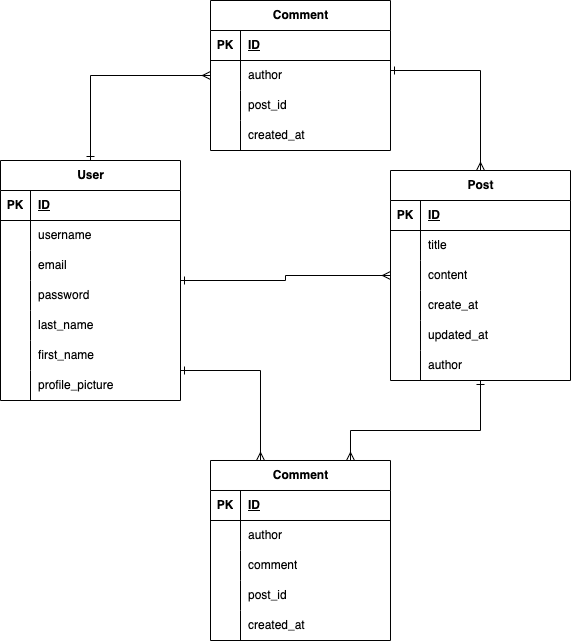
Above: screenshoot/blog-app-ERD.png in exceldeo/blog-app (draw.io), before the change. Source tidied: cells renumbered, new cells last; positions are measured from the earlier drawing's top-left corner, leaving out a move shared by most shapes. The source it was exported from:
```xml
<mxGraphModel>
  <root>
    <mxCell id="0" />
    <mxCell id="1" parent="0" />
    <mxCell id="2" style="edgeStyle=orthogonalEdgeStyle;rounded=0;jettySize=auto;html=1;endArrow=ERmany;endFill=0;startArrow=ERone;startFill=0;" parent="1" edge="1" source="5" target="27">
      <mxGeometry relative="1" as="geometry" />
    </mxCell>
    <mxCell id="3" style="edgeStyle=orthogonalEdgeStyle;rounded=0;jettySize=auto;html=1;endArrow=ERmany;endFill=0;startArrow=ERone;startFill=0;" parent="1" edge="1" source="5" target="64">
      <mxGeometry relative="1" as="geometry">
        <Array as="points">
          <mxPoint x="90" y="75" />
        </Array>
      </mxGeometry>
    </mxCell>
    <mxCell id="4" style="edgeStyle=orthogonalEdgeStyle;rounded=0;jettySize=auto;html=1;endArrow=ERmany;endFill=0;startArrow=ERone;startFill=0;" parent="1" edge="1" source="5" target="47">
      <mxGeometry relative="1" as="geometry">
        <Array as="points">
          <mxPoint x="260" y="370" />
        </Array>
      </mxGeometry>
    </mxCell>
    <mxCell id="5" value="User" style="shape=table;startSize=30;rowLines=0;fontStyle=1;align=center;html=1;" parent="1" vertex="1">
      <mxGeometry y="160" width="180" height="240" as="geometry" />
    </mxCell>
    <mxCell id="6" style="shape=tableRow;horizontal=0;startSize=0;swimlaneHead=0;swimlaneBody=0;fillColor=none;top=0;left=0;right=0;bottom=1;" parent="5" vertex="1">
      <mxGeometry y="30" width="180" height="30" as="geometry" />
    </mxCell>
    <mxCell id="7" value="PK" style="shape=partialRectangle;fillColor=none;top=0;left=0;bottom=0;right=0;fontStyle=1;overflow=hidden;whiteSpace=wrap;html=1;" parent="6" vertex="1">
      <mxGeometry width="30" height="30" as="geometry" />
    </mxCell>
    <mxCell id="8" value="ID" style="shape=partialRectangle;fillColor=none;top=0;left=0;bottom=0;right=0;align=left;spacingLeft=6;fontStyle=5;overflow=hidden;whiteSpace=wrap;html=1;" parent="6" vertex="1">
      <mxGeometry x="30" width="150" height="30" as="geometry" />
    </mxCell>
    <mxCell id="9" style="shape=tableRow;horizontal=0;startSize=0;swimlaneHead=0;swimlaneBody=0;fillColor=none;top=0;left=0;right=0;bottom=0;" parent="5" vertex="1">
      <mxGeometry y="60" width="180" height="30" as="geometry" />
    </mxCell>
    <mxCell id="10" style="shape=partialRectangle;fillColor=none;top=0;left=0;bottom=0;right=0;overflow=hidden;whiteSpace=wrap;html=1;" parent="9" vertex="1">
      <mxGeometry width="30" height="30" as="geometry" />
    </mxCell>
    <mxCell id="11" value="username" style="shape=partialRectangle;fillColor=none;top=0;left=0;bottom=0;right=0;align=left;spacingLeft=6;overflow=hidden;whiteSpace=wrap;html=1;" parent="9" vertex="1">
      <mxGeometry x="30" width="150" height="30" as="geometry" />
    </mxCell>
    <mxCell id="12" style="shape=tableRow;horizontal=0;startSize=0;swimlaneHead=0;swimlaneBody=0;fillColor=none;top=0;left=0;right=0;bottom=0;" parent="5" vertex="1">
      <mxGeometry y="90" width="180" height="30" as="geometry" />
    </mxCell>
    <mxCell id="13" style="shape=partialRectangle;fillColor=none;top=0;left=0;bottom=0;right=0;overflow=hidden;whiteSpace=wrap;html=1;" parent="12" vertex="1">
      <mxGeometry width="30" height="30" as="geometry" />
    </mxCell>
    <mxCell id="14" value="email" style="shape=partialRectangle;fillColor=none;top=0;left=0;bottom=0;right=0;align=left;spacingLeft=6;overflow=hidden;whiteSpace=wrap;html=1;" parent="12" vertex="1">
      <mxGeometry x="30" width="150" height="30" as="geometry" />
    </mxCell>
    <mxCell id="15" style="shape=tableRow;horizontal=0;startSize=0;swimlaneHead=0;swimlaneBody=0;fillColor=none;top=0;left=0;right=0;bottom=0;" parent="5" vertex="1">
      <mxGeometry y="120" width="180" height="30" as="geometry" />
    </mxCell>
    <mxCell id="16" style="shape=partialRectangle;fillColor=none;top=0;left=0;bottom=0;right=0;overflow=hidden;whiteSpace=wrap;html=1;" parent="15" vertex="1">
      <mxGeometry width="30" height="30" as="geometry" />
    </mxCell>
    <mxCell id="17" value="password" style="shape=partialRectangle;fillColor=none;top=0;left=0;bottom=0;right=0;align=left;spacingLeft=6;overflow=hidden;whiteSpace=wrap;html=1;" parent="15" vertex="1">
      <mxGeometry x="30" width="150" height="30" as="geometry" />
    </mxCell>
    <mxCell id="18" style="shape=tableRow;horizontal=0;startSize=0;swimlaneHead=0;swimlaneBody=0;fillColor=none;top=0;left=0;right=0;bottom=0;" parent="5" vertex="1">
      <mxGeometry y="150" width="180" height="30" as="geometry" />
    </mxCell>
    <mxCell id="19" style="shape=partialRectangle;fillColor=none;top=0;left=0;bottom=0;right=0;overflow=hidden;whiteSpace=wrap;html=1;" parent="18" vertex="1">
      <mxGeometry width="30" height="30" as="geometry" />
    </mxCell>
    <mxCell id="20" value="last_name" style="shape=partialRectangle;fillColor=none;top=0;left=0;bottom=0;right=0;align=left;spacingLeft=6;overflow=hidden;whiteSpace=wrap;html=1;" parent="18" vertex="1">
      <mxGeometry x="30" width="150" height="30" as="geometry" />
    </mxCell>
    <mxCell id="21" style="shape=tableRow;horizontal=0;startSize=0;swimlaneHead=0;swimlaneBody=0;fillColor=none;top=0;left=0;right=0;bottom=0;" parent="5" vertex="1">
      <mxGeometry y="180" width="180" height="30" as="geometry" />
    </mxCell>
    <mxCell id="22" style="shape=partialRectangle;fillColor=none;top=0;left=0;bottom=0;right=0;overflow=hidden;whiteSpace=wrap;html=1;" parent="21" vertex="1">
      <mxGeometry width="30" height="30" as="geometry" />
    </mxCell>
    <mxCell id="23" value="first_name" style="shape=partialRectangle;fillColor=none;top=0;left=0;bottom=0;right=0;align=left;spacingLeft=6;overflow=hidden;whiteSpace=wrap;html=1;" parent="21" vertex="1">
      <mxGeometry x="30" width="150" height="30" as="geometry" />
    </mxCell>
    <mxCell id="24" style="shape=tableRow;horizontal=0;startSize=0;swimlaneHead=0;swimlaneBody=0;fillColor=none;top=0;left=0;right=0;bottom=0;" parent="5" vertex="1">
      <mxGeometry y="210" width="180" height="30" as="geometry" />
    </mxCell>
    <mxCell id="25" style="shape=partialRectangle;fillColor=none;top=0;left=0;bottom=0;right=0;overflow=hidden;whiteSpace=wrap;html=1;" parent="24" vertex="1">
      <mxGeometry width="30" height="30" as="geometry" />
    </mxCell>
    <mxCell id="26" value="profile_picture" style="shape=partialRectangle;fillColor=none;top=0;left=0;bottom=0;right=0;align=left;spacingLeft=6;overflow=hidden;whiteSpace=wrap;html=1;" parent="24" vertex="1">
      <mxGeometry x="30" width="150" height="30" as="geometry" />
    </mxCell>
    <mxCell id="27" value="Post" style="shape=table;startSize=30;rowLines=0;fontStyle=1;align=center;html=1;" parent="1" vertex="1">
      <mxGeometry x="390" y="170" width="180" height="210" as="geometry" />
    </mxCell>
    <mxCell id="28" style="shape=tableRow;horizontal=0;startSize=0;swimlaneHead=0;swimlaneBody=0;fillColor=none;top=0;left=0;right=0;bottom=1;" parent="27" vertex="1">
      <mxGeometry y="30" width="180" height="30" as="geometry" />
    </mxCell>
    <mxCell id="29" value="PK" style="shape=partialRectangle;fillColor=none;top=0;left=0;bottom=0;right=0;fontStyle=1;overflow=hidden;whiteSpace=wrap;html=1;" parent="28" vertex="1">
      <mxGeometry width="30" height="30" as="geometry" />
    </mxCell>
    <mxCell id="30" value="ID" style="shape=partialRectangle;fillColor=none;top=0;left=0;bottom=0;right=0;align=left;spacingLeft=6;fontStyle=5;overflow=hidden;whiteSpace=wrap;html=1;" parent="28" vertex="1">
      <mxGeometry x="30" width="150" height="30" as="geometry" />
    </mxCell>
    <mxCell id="31" style="shape=tableRow;horizontal=0;startSize=0;swimlaneHead=0;swimlaneBody=0;fillColor=none;top=0;left=0;right=0;bottom=0;" parent="27" vertex="1">
      <mxGeometry y="60" width="180" height="30" as="geometry" />
    </mxCell>
    <mxCell id="32" style="shape=partialRectangle;fillColor=none;top=0;left=0;bottom=0;right=0;overflow=hidden;whiteSpace=wrap;html=1;" parent="31" vertex="1">
      <mxGeometry width="30" height="30" as="geometry" />
    </mxCell>
    <mxCell id="33" value="title" style="shape=partialRectangle;fillColor=none;top=0;left=0;bottom=0;right=0;align=left;spacingLeft=6;overflow=hidden;whiteSpace=wrap;html=1;" parent="31" vertex="1">
      <mxGeometry x="30" width="150" height="30" as="geometry" />
    </mxCell>
    <mxCell id="34" style="shape=tableRow;horizontal=0;startSize=0;swimlaneHead=0;swimlaneBody=0;fillColor=none;top=0;left=0;right=0;bottom=0;" parent="27" vertex="1">
      <mxGeometry y="90" width="180" height="30" as="geometry" />
    </mxCell>
    <mxCell id="35" style="shape=partialRectangle;fillColor=none;top=0;left=0;bottom=0;right=0;overflow=hidden;whiteSpace=wrap;html=1;" parent="34" vertex="1">
      <mxGeometry width="30" height="30" as="geometry" />
    </mxCell>
    <mxCell id="36" value="content" style="shape=partialRectangle;fillColor=none;top=0;left=0;bottom=0;right=0;align=left;spacingLeft=6;overflow=hidden;whiteSpace=wrap;html=1;" parent="34" vertex="1">
      <mxGeometry x="30" width="150" height="30" as="geometry" />
    </mxCell>
    <mxCell id="37" style="shape=tableRow;horizontal=0;startSize=0;swimlaneHead=0;swimlaneBody=0;fillColor=none;top=0;left=0;right=0;bottom=0;" parent="27" vertex="1">
      <mxGeometry y="120" width="180" height="30" as="geometry" />
    </mxCell>
    <mxCell id="38" style="shape=partialRectangle;fillColor=none;top=0;left=0;bottom=0;right=0;overflow=hidden;whiteSpace=wrap;html=1;" parent="37" vertex="1">
      <mxGeometry width="30" height="30" as="geometry" />
    </mxCell>
    <mxCell id="39" value="create_at" style="shape=partialRectangle;fillColor=none;top=0;left=0;bottom=0;right=0;align=left;spacingLeft=6;overflow=hidden;whiteSpace=wrap;html=1;" parent="37" vertex="1">
      <mxGeometry x="30" width="150" height="30" as="geometry" />
    </mxCell>
    <mxCell id="40" style="shape=tableRow;horizontal=0;startSize=0;swimlaneHead=0;swimlaneBody=0;fillColor=none;top=0;left=0;right=0;bottom=0;" parent="27" vertex="1">
      <mxGeometry y="150" width="180" height="30" as="geometry" />
    </mxCell>
    <mxCell id="41" style="shape=partialRectangle;fillColor=none;top=0;left=0;bottom=0;right=0;overflow=hidden;whiteSpace=wrap;html=1;" parent="40" vertex="1">
      <mxGeometry width="30" height="30" as="geometry" />
    </mxCell>
    <mxCell id="42" value="updated_at" style="shape=partialRectangle;fillColor=none;top=0;left=0;bottom=0;right=0;align=left;spacingLeft=6;overflow=hidden;whiteSpace=wrap;html=1;" parent="40" vertex="1">
      <mxGeometry x="30" width="150" height="30" as="geometry" />
    </mxCell>
    <mxCell id="43" style="shape=tableRow;horizontal=0;startSize=0;swimlaneHead=0;swimlaneBody=0;fillColor=none;top=0;left=0;right=0;bottom=0;" parent="27" vertex="1">
      <mxGeometry y="180" width="180" height="30" as="geometry" />
    </mxCell>
    <mxCell id="44" style="shape=partialRectangle;fillColor=none;top=0;left=0;bottom=0;right=0;overflow=hidden;whiteSpace=wrap;html=1;" parent="43" vertex="1">
      <mxGeometry width="30" height="30" as="geometry" />
    </mxCell>
    <mxCell id="45" value="author" style="shape=partialRectangle;fillColor=none;top=0;left=0;bottom=0;right=0;align=left;spacingLeft=6;overflow=hidden;whiteSpace=wrap;html=1;" parent="43" vertex="1">
      <mxGeometry x="30" width="150" height="30" as="geometry" />
    </mxCell>
    <mxCell id="46" style="edgeStyle=orthogonalEdgeStyle;rounded=0;jettySize=auto;html=1;startArrow=ERmany;startFill=0;endArrow=ERone;endFill=0;" parent="1" edge="1" source="47" target="27">
      <mxGeometry relative="1" as="geometry">
        <Array as="points">
          <mxPoint x="350" y="430" />
          <mxPoint x="480" y="430" />
        </Array>
      </mxGeometry>
    </mxCell>
    <mxCell id="47" value="Comment" style="shape=table;startSize=30;rowLines=0;fontStyle=1;align=center;html=1;" parent="1" vertex="1">
      <mxGeometry x="210" y="460" width="180" height="180" as="geometry" />
    </mxCell>
    <mxCell id="48" style="shape=tableRow;horizontal=0;startSize=0;swimlaneHead=0;swimlaneBody=0;fillColor=none;top=0;left=0;right=0;bottom=1;" parent="47" vertex="1">
      <mxGeometry y="30" width="180" height="30" as="geometry" />
    </mxCell>
    <mxCell id="49" value="PK" style="shape=partialRectangle;fillColor=none;top=0;left=0;bottom=0;right=0;fontStyle=1;overflow=hidden;whiteSpace=wrap;html=1;" parent="48" vertex="1">
      <mxGeometry width="30" height="30" as="geometry" />
    </mxCell>
    <mxCell id="50" value="ID" style="shape=partialRectangle;fillColor=none;top=0;left=0;bottom=0;right=0;align=left;spacingLeft=6;fontStyle=5;overflow=hidden;whiteSpace=wrap;html=1;" parent="48" vertex="1">
      <mxGeometry x="30" width="150" height="30" as="geometry" />
    </mxCell>
    <mxCell id="51" style="shape=tableRow;horizontal=0;startSize=0;swimlaneHead=0;swimlaneBody=0;fillColor=none;top=0;left=0;right=0;bottom=0;" parent="47" vertex="1">
      <mxGeometry y="60" width="180" height="30" as="geometry" />
    </mxCell>
    <mxCell id="52" style="shape=partialRectangle;fillColor=none;top=0;left=0;bottom=0;right=0;overflow=hidden;whiteSpace=wrap;html=1;" parent="51" vertex="1">
      <mxGeometry width="30" height="30" as="geometry" />
    </mxCell>
    <mxCell id="53" value="author" style="shape=partialRectangle;fillColor=none;top=0;left=0;bottom=0;right=0;align=left;spacingLeft=6;overflow=hidden;whiteSpace=wrap;html=1;" parent="51" vertex="1">
      <mxGeometry x="30" width="150" height="30" as="geometry" />
    </mxCell>
    <mxCell id="54" style="shape=tableRow;horizontal=0;startSize=0;swimlaneHead=0;swimlaneBody=0;fillColor=none;top=0;left=0;right=0;bottom=0;" parent="47" vertex="1">
      <mxGeometry y="90" width="180" height="30" as="geometry" />
    </mxCell>
    <mxCell id="55" style="shape=partialRectangle;fillColor=none;top=0;left=0;bottom=0;right=0;overflow=hidden;whiteSpace=wrap;html=1;" parent="54" vertex="1">
      <mxGeometry width="30" height="30" as="geometry" />
    </mxCell>
    <mxCell id="56" value="comment" style="shape=partialRectangle;fillColor=none;top=0;left=0;bottom=0;right=0;align=left;spacingLeft=6;overflow=hidden;whiteSpace=wrap;html=1;" parent="54" vertex="1">
      <mxGeometry x="30" width="150" height="30" as="geometry" />
    </mxCell>
    <mxCell id="57" style="shape=tableRow;horizontal=0;startSize=0;swimlaneHead=0;swimlaneBody=0;fillColor=none;top=0;left=0;right=0;bottom=0;" parent="47" vertex="1">
      <mxGeometry y="120" width="180" height="30" as="geometry" />
    </mxCell>
    <mxCell id="58" style="shape=partialRectangle;fillColor=none;top=0;left=0;bottom=0;right=0;overflow=hidden;whiteSpace=wrap;html=1;" parent="57" vertex="1">
      <mxGeometry width="30" height="30" as="geometry" />
    </mxCell>
    <mxCell id="59" value="post_id" style="shape=partialRectangle;fillColor=none;top=0;left=0;bottom=0;right=0;align=left;spacingLeft=6;overflow=hidden;whiteSpace=wrap;html=1;" parent="57" vertex="1">
      <mxGeometry x="30" width="150" height="30" as="geometry" />
    </mxCell>
    <mxCell id="60" style="shape=tableRow;horizontal=0;startSize=0;swimlaneHead=0;swimlaneBody=0;fillColor=none;top=0;left=0;right=0;bottom=0;" parent="47" vertex="1">
      <mxGeometry y="150" width="180" height="30" as="geometry" />
    </mxCell>
    <mxCell id="61" style="shape=partialRectangle;fillColor=none;top=0;left=0;bottom=0;right=0;overflow=hidden;whiteSpace=wrap;html=1;" parent="60" vertex="1">
      <mxGeometry width="30" height="30" as="geometry" />
    </mxCell>
    <mxCell id="62" value="created_at" style="shape=partialRectangle;fillColor=none;top=0;left=0;bottom=0;right=0;align=left;spacingLeft=6;overflow=hidden;whiteSpace=wrap;html=1;" parent="60" vertex="1">
      <mxGeometry x="30" width="150" height="30" as="geometry" />
    </mxCell>
    <mxCell id="63" style="edgeStyle=orthogonalEdgeStyle;rounded=0;jettySize=auto;html=1;endArrow=ERmany;endFill=0;startArrow=ERone;startFill=0;" parent="1" edge="1" source="64" target="27">
      <mxGeometry relative="1" as="geometry">
        <Array as="points">
          <mxPoint x="480" y="70" />
        </Array>
      </mxGeometry>
    </mxCell>
    <mxCell id="64" value="Comment" style="shape=table;startSize=30;rowLines=0;fontStyle=1;align=center;html=1;" parent="1" vertex="1">
      <mxGeometry x="210" width="180" height="150" as="geometry" />
    </mxCell>
    <mxCell id="65" style="shape=tableRow;horizontal=0;startSize=0;swimlaneHead=0;swimlaneBody=0;fillColor=none;top=0;left=0;right=0;bottom=1;" parent="64" vertex="1">
      <mxGeometry y="30" width="180" height="30" as="geometry" />
    </mxCell>
    <mxCell id="66" value="PK" style="shape=partialRectangle;fillColor=none;top=0;left=0;bottom=0;right=0;fontStyle=1;overflow=hidden;whiteSpace=wrap;html=1;" parent="65" vertex="1">
      <mxGeometry width="30" height="30" as="geometry" />
    </mxCell>
    <mxCell id="67" value="ID" style="shape=partialRectangle;fillColor=none;top=0;left=0;bottom=0;right=0;align=left;spacingLeft=6;fontStyle=5;overflow=hidden;whiteSpace=wrap;html=1;" parent="65" vertex="1">
      <mxGeometry x="30" width="150" height="30" as="geometry" />
    </mxCell>
    <mxCell id="68" style="shape=tableRow;horizontal=0;startSize=0;swimlaneHead=0;swimlaneBody=0;fillColor=none;top=0;left=0;right=0;bottom=0;" parent="64" vertex="1">
      <mxGeometry y="60" width="180" height="30" as="geometry" />
    </mxCell>
    <mxCell id="69" style="shape=partialRectangle;fillColor=none;top=0;left=0;bottom=0;right=0;overflow=hidden;whiteSpace=wrap;html=1;" parent="68" vertex="1">
      <mxGeometry width="30" height="30" as="geometry" />
    </mxCell>
    <mxCell id="70" value="author" style="shape=partialRectangle;fillColor=none;top=0;left=0;bottom=0;right=0;align=left;spacingLeft=6;overflow=hidden;whiteSpace=wrap;html=1;" parent="68" vertex="1">
      <mxGeometry x="30" width="150" height="30" as="geometry" />
    </mxCell>
    <mxCell id="71" style="shape=tableRow;horizontal=0;startSize=0;swimlaneHead=0;swimlaneBody=0;fillColor=none;top=0;left=0;right=0;bottom=0;" parent="64" vertex="1">
      <mxGeometry y="90" width="180" height="30" as="geometry" />
    </mxCell>
    <mxCell id="72" style="shape=partialRectangle;fillColor=none;top=0;left=0;bottom=0;right=0;overflow=hidden;whiteSpace=wrap;html=1;" parent="71" vertex="1">
      <mxGeometry width="30" height="30" as="geometry" />
    </mxCell>
    <mxCell id="73" value="post_id" style="shape=partialRectangle;fillColor=none;top=0;left=0;bottom=0;right=0;align=left;spacingLeft=6;overflow=hidden;whiteSpace=wrap;html=1;" parent="71" vertex="1">
      <mxGeometry x="30" width="150" height="30" as="geometry" />
    </mxCell>
    <mxCell id="74" style="shape=tableRow;horizontal=0;startSize=0;swimlaneHead=0;swimlaneBody=0;fillColor=none;top=0;left=0;right=0;bottom=0;" parent="64" vertex="1">
      <mxGeometry y="120" width="180" height="30" as="geometry" />
    </mxCell>
    <mxCell id="75" style="shape=partialRectangle;fillColor=none;top=0;left=0;bottom=0;right=0;overflow=hidden;whiteSpace=wrap;html=1;" parent="74" vertex="1">
      <mxGeometry width="30" height="30" as="geometry" />
    </mxCell>
    <mxCell id="76" value="created_at" style="shape=partialRectangle;fillColor=none;top=0;left=0;bottom=0;right=0;align=left;spacingLeft=6;overflow=hidden;whiteSpace=wrap;html=1;" parent="74" vertex="1">
      <mxGeometry x="30" width="150" height="30" as="geometry" />
    </mxCell>
  </root>
</mxGraphModel>
```
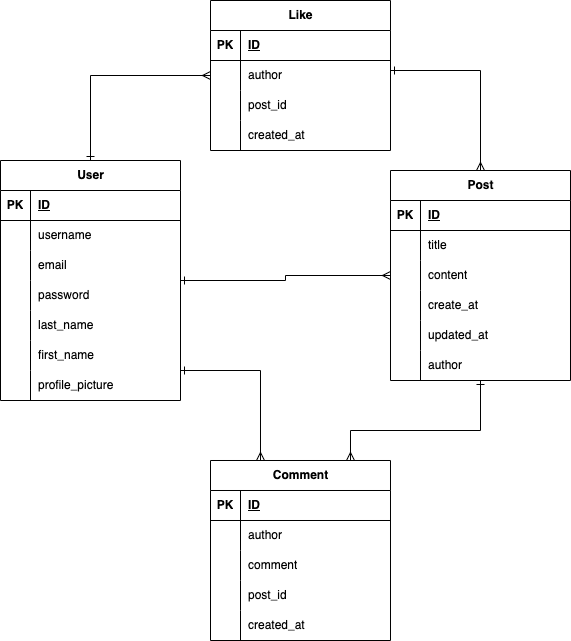
Above is the later version.

Diff of the diagram source:
```diff
@@ -205,7 +205,7 @@
         </Array>
       </mxGeometry>
     </mxCell>
-    <mxCell id="64" value="Comment" style="shape=table;startSize=30;rowLines=0;fontStyle=1;align=center;html=1;" parent="1" vertex="1">
+    <mxCell id="64" value="Like" style="shape=table;startSize=30;rowLines=0;fontStyle=1;align=center;html=1;" parent="1" vertex="1">
       <mxGeometry x="210" width="180" height="150" as="geometry" />
     </mxCell>
     <mxCell id="65" style="shape=tableRow;horizontal=0;startSize=0;swimlaneHead=0;swimlaneBody=0;fillColor=none;top=0;left=0;right=0;bottom=1;" parent="64" vertex="1">
```
